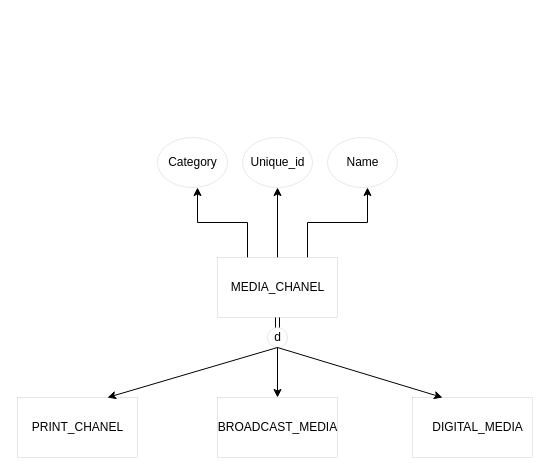
Before: Untitled Diagram.drawio in B1rzhan07/Shop-magazine, a draw.io diagram. Source tidied: cells renumbered, new cells numbered last; positions are measured from the earlier drawing's top-left corner, leaving out a move shared by most shapes. Both pictures are drawn from the tidied source at 100%, with x=0, y=0 at pixel (17, 137).
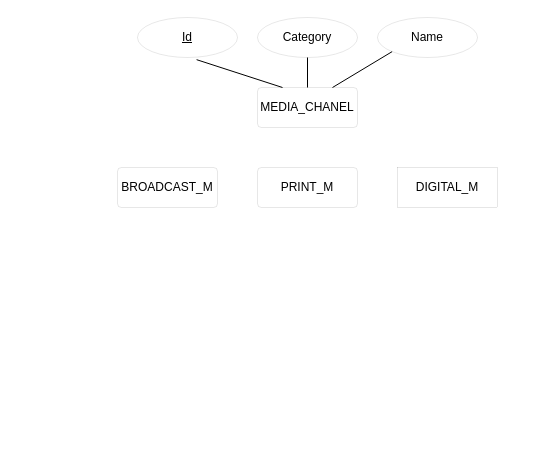
After the change.

The edit, as a diff of the source:
```diff
@@
-    <mxCell id="2" style="edgeStyle=orthogonalEdgeStyle;rounded=0;jettySize=auto;html=1;exitX=0.5;exitY=0;exitDx=0;exitDy=0;" parent="1" edge="1" source="5">
-      <mxGeometry relative="1" as="geometry">
-        <mxPoint x="260" y="50" as="targetPoint" />
-      </mxGeometry>
-    </mxCell>
-    <mxCell id="3" style="edgeStyle=orthogonalEdgeStyle;rounded=0;jettySize=auto;html=1;exitX=0.75;exitY=0;exitDx=0;exitDy=0;" parent="1" edge="1" source="5">
-      <mxGeometry relative="1" as="geometry">
-        <mxPoint x="350" y="50" as="targetPoint" />
-        <Array as="points">
-          <mxPoint x="290" y="85" />
-          <mxPoint x="350" y="85" />
-          <mxPoint x="350" y="50" />
-        </Array>
-      </mxGeometry>
-    </mxCell>
-    <mxCell id="4" style="edgeStyle=orthogonalEdgeStyle;rounded=0;jettySize=auto;html=1;exitX=0.25;exitY=0;exitDx=0;exitDy=0;" parent="1" edge="1" source="5">
-      <mxGeometry relative="1" as="geometry">
-        <mxPoint x="180" y="50" as="targetPoint" />
-        <Array as="points">
-          <mxPoint x="230" y="85" />
-          <mxPoint x="180" y="85" />
-          <mxPoint x="180" y="50" />
-        </Array>
-      </mxGeometry>
-    </mxCell>
-    <mxCell id="5" style="whiteSpace=wrap;html=1;labelBackgroundColor=none;labelBorderColor=none;strokeWidth=0;" parent="1" vertex="1">
-      <mxGeometry x="200" y="120" width="120" height="60" as="geometry" />
-    </mxCell>
-    <mxCell id="6" value="MEDIA_CHANEL" style="text;html=1;align=center;verticalAlign=middle;points=[];fillColor=none;strokeColor=none;rounded=0;labelBackgroundColor=none;labelBorderColor=none;strokeWidth=0;" parent="1" vertex="1">
-      <mxGeometry x="200" y="135" width="120" height="30" as="geometry" />
+    <mxCell id="6" value="MEDIA_CHANEL" style="rounded=1;arcSize=10;whiteSpace=wrap;html=1;align=center;labelBackgroundColor=none;labelBorderColor=none;strokeWidth=0;" parent="1" vertex="1">
+      <mxGeometry x="240" y="-50" width="100" height="40" as="geometry" />
     </mxCell>
-    <mxCell id="7" style="whiteSpace=wrap;html=1;labelBackgroundColor=none;labelBorderColor=none;strokeWidth=0;" parent="1" vertex="1">
-      <mxGeometry x="395" y="260" width="120" height="60" as="geometry" />
-    </mxCell>
-    <mxCell id="8" style="whiteSpace=wrap;html=1;labelBackgroundColor=none;labelBorderColor=none;strokeWidth=0;" parent="1" vertex="1">
-      <mxGeometry y="260" width="120" height="60" as="geometry" />
-    </mxCell>
-    <mxCell id="9" style="whiteSpace=wrap;html=1;labelBackgroundColor=none;labelBorderColor=none;strokeWidth=0;" parent="1" vertex="1">
-      <mxGeometry x="200" y="260" width="120" height="60" as="geometry" />
-    </mxCell>
-    <mxCell id="10" value="BROADCAST_MEDIA" style="text;html=1;align=center;verticalAlign=middle;fillColor=none;strokeColor=none;rounded=0;labelBackgroundColor=none;labelBorderColor=none;strokeWidth=0;" parent="1" vertex="1">
-      <mxGeometry x="190" y="275" width="140" height="30" as="geometry" />
-    </mxCell>
-    <mxCell id="11" value="PRINT_CHANEL" style="text;html=1;align=center;verticalAlign=middle;fillColor=none;strokeColor=none;rounded=0;labelBackgroundColor=none;labelBorderColor=none;strokeWidth=0;" parent="1" vertex="1">
-      <mxGeometry x="5" y="275" width="110" height="30" as="geometry" />
-    </mxCell>
-    <mxCell id="12" value="DIGITAL_MEDIA" style="text;html=1;align=center;verticalAlign=middle;fillColor=none;strokeColor=none;rounded=0;labelBackgroundColor=none;labelBorderColor=none;strokeWidth=0;" parent="1" vertex="1">
-      <mxGeometry x="405" y="275" width="110" height="30" as="geometry" />
-    </mxCell>
-    <mxCell id="13" style="ellipse;whiteSpace=wrap;html=1;labelBackgroundColor=none;labelBorderColor=none;strokeWidth=0;" parent="1" vertex="1">
-      <mxGeometry x="225" width="70" height="50" as="geometry" />
-    </mxCell>
-    <mxCell id="14" value="Unique_id" style="text;html=1;align=center;verticalAlign=middle;fillColor=none;strokeColor=none;rounded=0;labelBackgroundColor=none;labelBorderColor=none;strokeWidth=0;" parent="1" vertex="1">
-      <mxGeometry x="220" y="10" width="80" height="30" as="geometry" />
-    </mxCell>
-    <mxCell id="15" style="ellipse;whiteSpace=wrap;html=1;labelBackgroundColor=none;labelBorderColor=none;strokeWidth=0;" parent="1" vertex="1">
-      <mxGeometry x="310" width="70" height="50" as="geometry" />
-    </mxCell>
-    <mxCell id="16" style="ellipse;whiteSpace=wrap;html=1;labelBackgroundColor=none;labelBorderColor=none;strokeWidth=0;" parent="1" vertex="1">
-      <mxGeometry x="140" width="70" height="50" as="geometry" />
-    </mxCell>
-    <mxCell id="17" value="Category" style="text;html=1;align=center;verticalAlign=middle;points=[];fillColor=none;strokeColor=none;rounded=0;labelBackgroundColor=none;labelBorderColor=none;strokeWidth=0;" parent="1" vertex="1">
-      <mxGeometry x="140" y="10" width="70" height="30" as="geometry" />
+    <mxCell id="17" value="Category" style="ellipse;whiteSpace=wrap;html=1;align=center;labelBackgroundColor=none;labelBorderColor=none;strokeWidth=0;" parent="1" vertex="1">
+      <mxGeometry x="240" y="-120" width="100" height="40" as="geometry" />
     </mxCell>
-    <mxCell id="18" value="Name" style="text;html=1;align=center;verticalAlign=middle;points=[];fillColor=none;strokeColor=none;rounded=0;labelBackgroundColor=none;labelBorderColor=none;strokeWidth=0;" parent="1" vertex="1">
-      <mxGeometry x="315" y="10" width="60" height="30" as="geometry" />
+    <mxCell id="18" value="Name" style="ellipse;whiteSpace=wrap;html=1;align=center;labelBackgroundColor=none;labelBorderColor=none;strokeWidth=0;" parent="1" vertex="1">
+      <mxGeometry x="360" y="-120" width="100" height="40" as="geometry" />
     </mxCell>
-    <mxCell id="19" style="ellipse;whiteSpace=wrap;html=1;labelBackgroundColor=none;labelBorderColor=none;strokeWidth=0;" parent="1" vertex="1">
-      <mxGeometry x="250" y="190" width="20" height="20" as="geometry" />
-    </mxCell>
-    <mxCell id="20" style="edgeStyle=orthogonalEdgeStyle;shape=link;rounded=0;jettySize=auto;html=1;entryX=0.5;entryY=1;entryDx=0;entryDy=0;" parent="1" edge="1" target="5">
-      <mxGeometry relative="1" as="geometry">
-        <mxPoint x="260" y="190" as="sourcePoint" />
-        <Array as="points">
-          <mxPoint x="260" y="190" />
-          <mxPoint x="260" y="190" />
-        </Array>
-      </mxGeometry>
-    </mxCell>
-    <mxCell id="21" value="d" style="text;html=1;align=center;verticalAlign=middle;fillColor=none;strokeColor=none;rounded=0;labelBackgroundColor=none;labelBorderColor=none;strokeWidth=0;" parent="1" vertex="1">
-      <mxGeometry x="245" y="185" width="30" height="30" as="geometry" />
-    </mxCell>
-    <mxCell id="22" style="edgeStyle=none;jettySize=auto;html=1;rounded=0;entryX=0.25;entryY=0;entryDx=0;entryDy=0;" parent="1" edge="1" target="7">
-      <mxGeometry relative="1" as="geometry">
-        <mxPoint x="260" y="210" as="sourcePoint" />
-      </mxGeometry>
-    </mxCell>
-    <mxCell id="23" style="edgeStyle=none;jettySize=auto;html=1;rounded=0;entryX=0.5;entryY=0;entryDx=0;entryDy=0;" parent="1" edge="1" target="9">
-      <mxGeometry relative="1" as="geometry">
-        <mxPoint x="260" y="210" as="sourcePoint" />
-      </mxGeometry>
-    </mxCell>
-    <mxCell id="24" style="edgeStyle=none;jettySize=auto;html=1;rounded=0;entryX=0.75;entryY=0;entryDx=0;entryDy=0;" parent="1" edge="1" target="8">
-      <mxGeometry relative="1" as="geometry">
-        <mxPoint x="260" y="210" as="sourcePoint" />
-      </mxGeometry>
-    </mxCell>
+    <mxCell id="25" value="BROADCAST_M" style="rounded=1;arcSize=10;whiteSpace=wrap;html=1;align=center;labelBackgroundColor=none;labelBorderColor=none;strokeWidth=0;" parent="1" vertex="1">
+      <mxGeometry x="100" y="30" width="100" height="40" as="geometry" />
+    </mxCell>
+    <mxCell id="26" value="PRINT_M" style="rounded=1;arcSize=10;whiteSpace=wrap;html=1;align=center;labelBackgroundColor=none;labelBorderColor=none;strokeWidth=0;" parent="1" vertex="1">
+      <mxGeometry x="240" y="30" width="100" height="40" as="geometry" />
+    </mxCell>
+    <mxCell id="27" value="DIGITAL_M" style="whiteSpace=wrap;html=1;align=center;labelBackgroundColor=none;labelBorderColor=none;strokeWidth=0;" parent="1" vertex="1">
+      <mxGeometry x="380" y="30" width="100" height="40" as="geometry" />
+    </mxCell>
+    <mxCell id="28" value="Id" style="ellipse;whiteSpace=wrap;html=1;align=center;fontStyle=4;labelBackgroundColor=none;labelBorderColor=none;strokeWidth=0;" parent="1" vertex="1">
+      <mxGeometry x="120" y="-120" width="100" height="40" as="geometry" />
+    </mxCell>
+    <mxCell id="29" style="endArrow=none;html=1;rounded=0;entryX=0.25;entryY=0;entryDx=0;entryDy=0;exitX=0.591;exitY=1.054;exitDx=0;exitDy=0;exitPerimeter=0;" parent="1" edge="1" source="28" target="6">
+      <mxGeometry relative="1" as="geometry" />
+    </mxCell>
+    <mxCell id="30" style="endArrow=none;html=1;rounded=0;exitX=0.5;exitY=1;exitDx=0;exitDy=0;entryX=0.5;entryY=0;entryDx=0;entryDy=0;" parent="1" edge="1" source="17" target="6">
+      <mxGeometry relative="1" as="geometry" />
+    </mxCell>
+    <mxCell id="31" style="endArrow=none;html=1;rounded=0;exitX=0;exitY=1;exitDx=0;exitDy=0;entryX=0.75;entryY=0;entryDx=0;entryDy=0;" parent="1" edge="1" source="18" target="6">
+      <mxGeometry relative="1" as="geometry" />
+    </mxCell>
```
